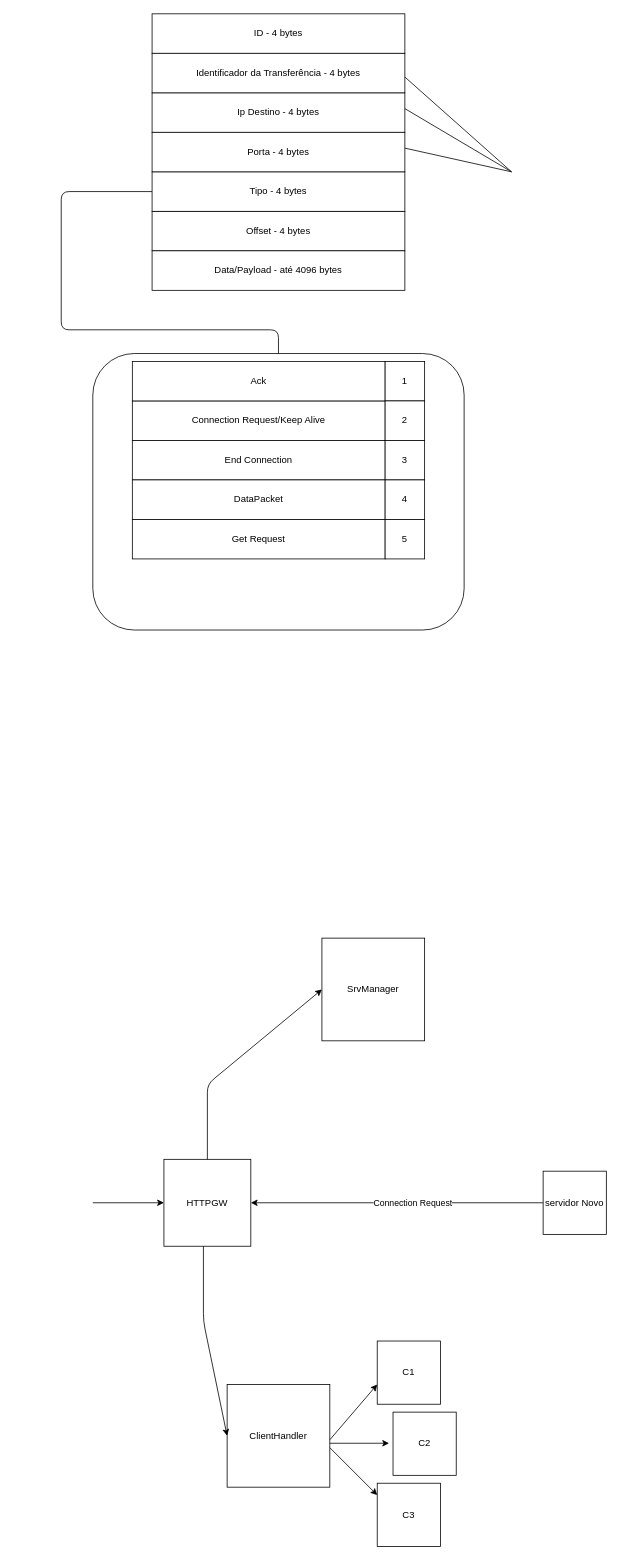
Above: FSChunkProtocol.drawio in JoaoSG56/CC-2020-2021 (draw.io), before the change. Source tidied: cells renumbered, new cells numbered last; positions are measured from the earlier drawing's top-left corner, leaving out a move shared by most shapes. Both pictures are drawn from the tidied source at 79%, with x=0, y=0 at pixel (61, 13).
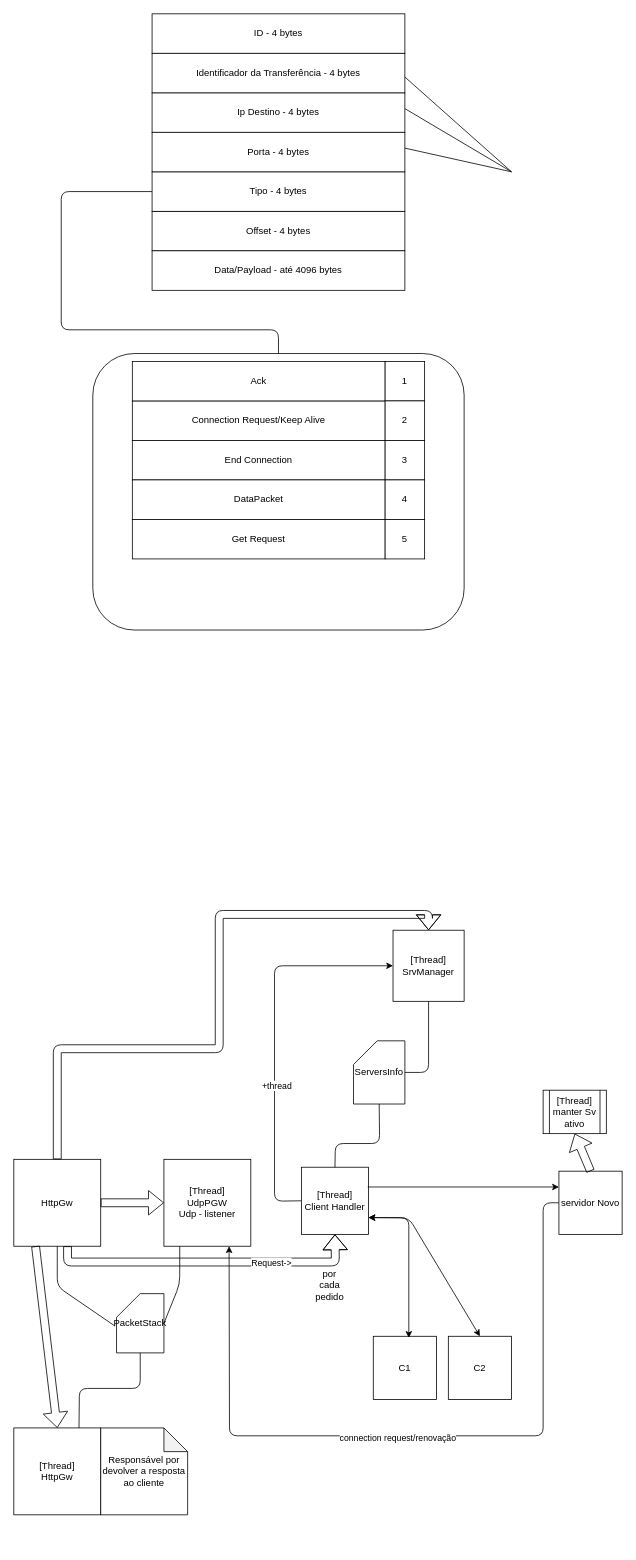
Above is the later version.

What changed in the source:
```diff
@@
-    <mxCell id="24" value="HTTPGW" style="whiteSpace=wrap;html=1;fillColor=#ffffff;" parent="1" vertex="1">
+    <mxCell id="24" value="[Thread]&lt;br&gt;UdpPGW&lt;br&gt;Udp - listener" style="whiteSpace=wrap;html=1;fillColor=#ffffff;" parent="1" vertex="1">
       <mxGeometry x="130" y="1450" width="110" height="110" as="geometry" />
     </mxCell>
-    <mxCell id="25" value="SrvManager" style="whiteSpace=wrap;html=1;fillColor=#ffffff;" parent="1" vertex="1">
-      <mxGeometry x="330" y="1170" width="130" height="130" as="geometry" />
+    <mxCell id="25" value="[Thread]&lt;br&gt;SrvManager" style="whiteSpace=wrap;html=1;fillColor=#ffffff;" parent="1" vertex="1">
+      <mxGeometry x="420" y="1160" width="90" height="90" as="geometry" />
     </mxCell>
-    <mxCell id="26" value="ClientHandler" style="whiteSpace=wrap;html=1;fillColor=#ffffff;" parent="1" vertex="1">
-      <mxGeometry x="210" y="1735" width="130" height="130" as="geometry" />
-    </mxCell>
-    <mxCell id="27" style="endArrow=classic;html=1;exitX=0.5;exitY=0;exitDx=0;exitDy=0;entryX=0;entryY=0.5;entryDx=0;entryDy=0;" parent="1" edge="1" source="24" target="25">
+    <mxCell id="27" style="endArrow=classic;html=1;exitX=0;exitY=0.5;exitDx=0;exitDy=0;entryX=0;entryY=0.5;entryDx=0;entryDy=0;" parent="1" edge="1" source="42" target="25">
       <mxGeometry relative="1" as="geometry">
         <Array as="points">
-          <mxPoint x="185" y="1355" />
+          <mxPoint x="270" y="1503" />
+          <mxPoint x="270" y="1205" />
         </Array>
       </mxGeometry>
     </mxCell>
-    <mxCell id="28" style="endArrow=classic;html=1;exitX=0.5;exitY=0;exitDx=0;exitDy=0;entryX=0;entryY=0.5;entryDx=0;entryDy=0;" parent="1" edge="1" target="26">
-      <mxGeometry relative="1" as="geometry">
-        <mxPoint x="180" y="1560" as="sourcePoint" />
-        <Array as="points">
-          <mxPoint x="180" y="1655" />
-        </Array>
-      </mxGeometry>
-    </mxCell>
-    <mxCell id="29" style="endArrow=classic;html=1;entryX=0;entryY=0.5;entryDx=0;entryDy=0;" parent="1" edge="1" target="24">
-      <mxGeometry relative="1" as="geometry">
-        <mxPoint x="40" y="1505" as="sourcePoint" />
-      </mxGeometry>
-    </mxCell>
-    <mxCell id="30" style="endArrow=classic;html=1;" parent="1" edge="1">
-      <mxGeometry relative="1" as="geometry">
-        <mxPoint x="340" y="1805" as="sourcePoint" />
-        <mxPoint x="400" y="1735" as="targetPoint" />
-      </mxGeometry>
-    </mxCell>
-    <mxCell id="31" style="endArrow=classic;html=1;" parent="1" edge="1">
-      <mxGeometry relative="1" as="geometry">
-        <mxPoint x="340" y="1809.4" as="sourcePoint" />
-        <mxPoint x="415" y="1809.4" as="targetPoint" />
-      </mxGeometry>
-    </mxCell>
-    <mxCell id="32" style="endArrow=classic;html=1;" parent="1" edge="1">
-      <mxGeometry relative="1" as="geometry">
-        <mxPoint x="340" y="1815" as="sourcePoint" />
-        <mxPoint x="400" y="1875" as="targetPoint" />
-      </mxGeometry>
-    </mxCell>
+    <mxCell id="39" value="+thread" style="edgeLabel;html=1;align=center;verticalAlign=middle;" parent="27" vertex="1">
+      <mxGeometry x="-0.25" y="-2" relative="1" as="geometry" />
+    </mxCell>
     <mxCell id="33" value="C1" style="whiteSpace=wrap;html=1;fillColor=#ffffff;" parent="1" vertex="1">
-      <mxGeometry x="400" y="1680" width="80" height="80" as="geometry" />
+      <mxGeometry x="395" y="1674" width="80" height="80" as="geometry" />
     </mxCell>
     <mxCell id="34" value="C2" style="whiteSpace=wrap;html=1;fillColor=#ffffff;" parent="1" vertex="1">
-      <mxGeometry x="420" y="1770" width="80" height="80" as="geometry" />
+      <mxGeometry x="490" y="1674" width="80" height="80" as="geometry" />
     </mxCell>
-    <mxCell id="35" value="C3" style="whiteSpace=wrap;html=1;fillColor=#ffffff;" parent="1" vertex="1">
-      <mxGeometry x="400" y="1860" width="80" height="80" as="geometry" />
-    </mxCell>
     <mxCell id="36" value="servidor Novo" style="whiteSpace=wrap;html=1;fillColor=#ffffff;" parent="1" vertex="1">
-      <mxGeometry x="610" y="1465" width="80" height="80" as="geometry" />
+      <mxGeometry x="630" y="1465" width="80" height="80" as="geometry" />
     </mxCell>
+    <mxCell id="40" value="[Thread] manter Sv ativo" style="shape=process;whiteSpace=wrap;html=1;backgroundOutline=1;" parent="1" vertex="1">
+      <mxGeometry x="610" y="1362.5" width="80" height="55" as="geometry" />
+    </mxCell>
+    <mxCell id="41" value="HttpGw" style="whiteSpace=wrap;html=1;" parent="1" vertex="1">
+      <mxGeometry x="-60" y="1450" width="110" height="110" as="geometry" />
+    </mxCell>
+    <mxCell id="42" value="[Thread]&lt;br&gt;Client Handler" style="whiteSpace=wrap;html=1;" parent="1" vertex="1">
+      <mxGeometry x="304" y="1460" width="85" height="85" as="geometry" />
+    </mxCell>
+    <mxCell id="43" value="ServersInfo" style="shape=card;whiteSpace=wrap;html=1;" parent="1" vertex="1">
+      <mxGeometry x="370" y="1300" width="65" height="80" as="geometry" />
+    </mxCell>
+    <mxCell id="44" style="endArrow=none;html=1;entryX=0.5;entryY=1;entryDx=0;entryDy=0;entryPerimeter=0;exitX=0.5;exitY=0;exitDx=0;exitDy=0;" parent="1" edge="1" source="42" target="43">
+      <mxGeometry relative="1" as="geometry">
+        <Array as="points">
+          <mxPoint x="347" y="1430" />
+          <mxPoint x="403" y="1430" />
+        </Array>
+      </mxGeometry>
+    </mxCell>
+    <mxCell id="45" style="endArrow=none;html=1;entryX=0.5;entryY=1;entryDx=0;entryDy=0;exitX=1;exitY=0.5;exitDx=0;exitDy=0;exitPerimeter=0;" parent="1" edge="1" source="43" target="25">
+      <mxGeometry relative="1" as="geometry">
+        <Array as="points">
+          <mxPoint x="465" y="1340" />
+        </Array>
+      </mxGeometry>
+    </mxCell>
+    <mxCell id="46" style="shape=flexArrow;endArrow=classic;html=1;entryX=0;entryY=0.5;entryDx=0;entryDy=0;exitX=1;exitY=0.5;exitDx=0;exitDy=0;" parent="1" edge="1" source="41" target="24">
+      <mxGeometry relative="1" as="geometry" />
+    </mxCell>
+    <mxCell id="47" style="shape=flexArrow;endArrow=classic;html=1;entryX=0.5;entryY=1;entryDx=0;entryDy=0;exitX=0.618;exitY=1;exitDx=0;exitDy=0;exitPerimeter=0;" parent="1" edge="1" source="41" target="42">
+      <mxGeometry relative="1" as="geometry">
+        <Array as="points">
+          <mxPoint x="8" y="1580" />
+          <mxPoint x="347" y="1580" />
+        </Array>
+      </mxGeometry>
+    </mxCell>
+    <mxCell id="48" value="Request-&amp;gt;" style="edgeLabel;html=1;align=center;verticalAlign=middle;" parent="47" vertex="1">
+      <mxGeometry x="0.41" relative="1" as="geometry" />
+    </mxCell>
+    <mxCell id="49" style="shape=flexArrow;endArrow=classic;html=1;exitX=0.5;exitY=0;exitDx=0;exitDy=0;entryX=0.5;entryY=0;entryDx=0;entryDy=0;" parent="1" edge="1" source="41" target="25">
+      <mxGeometry relative="1" as="geometry">
+        <Array as="points">
+          <mxPoint x="-5" y="1310" />
+          <mxPoint x="200" y="1310" />
+          <mxPoint x="200" y="1140" />
+          <mxPoint x="465" y="1140" />
+        </Array>
+      </mxGeometry>
+    </mxCell>
+    <mxCell id="50" style="shape=flexArrow;endArrow=classic;html=1;exitX=0.5;exitY=0;exitDx=0;exitDy=0;entryX=0.5;entryY=1;entryDx=0;entryDy=0;" parent="1" edge="1" source="36" target="40">
+      <mxGeometry relative="1" as="geometry" />
+    </mxCell>
+    <mxCell id="51" style="endArrow=classic;startArrow=classic;html=1;exitX=1;exitY=0.75;exitDx=0;exitDy=0;" parent="1" edge="1" source="42">
+      <mxGeometry relative="1" as="geometry">
+        <mxPoint x="440" y="1676" as="targetPoint" />
+        <Array as="points">
+          <mxPoint x="440" y="1524" />
+        </Array>
+      </mxGeometry>
+    </mxCell>
+    <mxCell id="52" style="endArrow=classic;startArrow=classic;html=1;exitX=1;exitY=0.75;exitDx=0;exitDy=0;entryX=0.5;entryY=0;entryDx=0;entryDy=0;" parent="1" edge="1" source="42" target="34">
+      <mxGeometry relative="1" as="geometry">
+        <Array as="points">
+          <mxPoint x="440" y="1524" />
+        </Array>
+      </mxGeometry>
+    </mxCell>
+    <mxCell id="53" value="[Thread]&lt;br&gt;HttpGw" style="whiteSpace=wrap;html=1;" parent="1" vertex="1">
+      <mxGeometry x="-60" y="1790" width="110" height="110" as="geometry" />
+    </mxCell>
+    <mxCell id="54" style="shape=flexArrow;endArrow=classic;html=1;entryX=0.5;entryY=0;entryDx=0;entryDy=0;exitX=0.25;exitY=1;exitDx=0;exitDy=0;" parent="1" edge="1" source="41" target="53">
+      <mxGeometry relative="1" as="geometry" />
+    </mxCell>
+    <mxCell id="55" value="Responsável por devolver a resposta ao cliente" style="shape=note;whiteSpace=wrap;html=1;backgroundOutline=1;darkOpacity=0.05;" parent="1" vertex="1">
+      <mxGeometry x="50" y="1790" width="110" height="110" as="geometry" />
+    </mxCell>
+    <mxCell id="56" value="PacketStack" style="shape=card;whiteSpace=wrap;html=1;" parent="1" vertex="1">
+      <mxGeometry x="70" y="1620" width="60" height="75" as="geometry" />
+    </mxCell>
+    <mxCell id="57" style="endArrow=none;html=1;entryX=0.5;entryY=1;entryDx=0;entryDy=0;exitX=-0.033;exitY=0.547;exitDx=0;exitDy=0;exitPerimeter=0;" parent="1" edge="1" source="56" target="41">
+      <mxGeometry relative="1" as="geometry">
+        <Array as="points">
+          <mxPoint x="-5" y="1611" />
+        </Array>
+      </mxGeometry>
+    </mxCell>
+    <mxCell id="58" style="endArrow=none;html=1;exitX=1;exitY=0.5;exitDx=0;exitDy=0;exitPerimeter=0;entryX=0.182;entryY=1;entryDx=0;entryDy=0;entryPerimeter=0;" parent="1" edge="1" source="56" target="24">
+      <mxGeometry relative="1" as="geometry">
+        <Array as="points">
+          <mxPoint x="150" y="1608" />
+        </Array>
+      </mxGeometry>
+    </mxCell>
+    <mxCell id="59" style="endArrow=none;html=1;entryX=0.5;entryY=1;entryDx=0;entryDy=0;entryPerimeter=0;exitX=0.75;exitY=0;exitDx=0;exitDy=0;" parent="1" edge="1" source="53" target="56">
+      <mxGeometry relative="1" as="geometry">
+        <Array as="points">
+          <mxPoint x="23" y="1740" />
+          <mxPoint x="100" y="1740" />
+        </Array>
+      </mxGeometry>
+    </mxCell>
+    <mxCell id="60" style="endArrow=classic;html=1;entryX=0;entryY=0.25;entryDx=0;entryDy=0;" parent="1" edge="1" target="36">
+      <mxGeometry relative="1" as="geometry">
+        <mxPoint x="388" y="1485" as="sourcePoint" />
+      </mxGeometry>
+    </mxCell>
-    <mxCell id="37" style="endArrow=classic;html=1;entryX=1;entryY=0.5;entryDx=0;entryDy=0;exitX=0;exitY=0.5;exitDx=0;exitDy=0;" parent="1" edge="1" source="36" target="24">
-      <mxGeometry relative="1" as="geometry" />
+    <mxCell id="37" style="endArrow=classic;html=1;exitX=0;exitY=0.5;exitDx=0;exitDy=0;entryX=0.75;entryY=1;entryDx=0;entryDy=0;" parent="1" edge="1" source="36" target="24">
+      <mxGeometry relative="1" as="geometry">
+        <Array as="points">
+          <mxPoint x="610" y="1505" />
+          <mxPoint x="610" y="1800" />
+          <mxPoint x="213" y="1800" />
+        </Array>
+      </mxGeometry>
     </mxCell>
-    <mxCell id="38" value="Connection Request" style="edgeLabel;html=1;align=center;verticalAlign=middle;" parent="37" vertex="1">
-      <mxGeometry x="-0.38" y="2" relative="1" as="geometry">
-        <mxPoint x="-50.1" y="-2" as="offset" />
-      </mxGeometry>
-    </mxCell>
+    <mxCell id="61" value="connection request/renovação" style="edgeLabel;html=1;align=center;verticalAlign=middle;" parent="37" vertex="1">
+      <mxGeometry x="0.05" y="2" relative="1" as="geometry" />
+    </mxCell>
+    <mxCell id="62" value="por cada pedido" style="text;html=1;strokeColor=none;fillColor=none;align=center;verticalAlign=middle;whiteSpace=wrap;rounded=0;" parent="1" vertex="1">
+      <mxGeometry x="320" y="1600" width="40" height="20" as="geometry" />
+    </mxCell>
```
